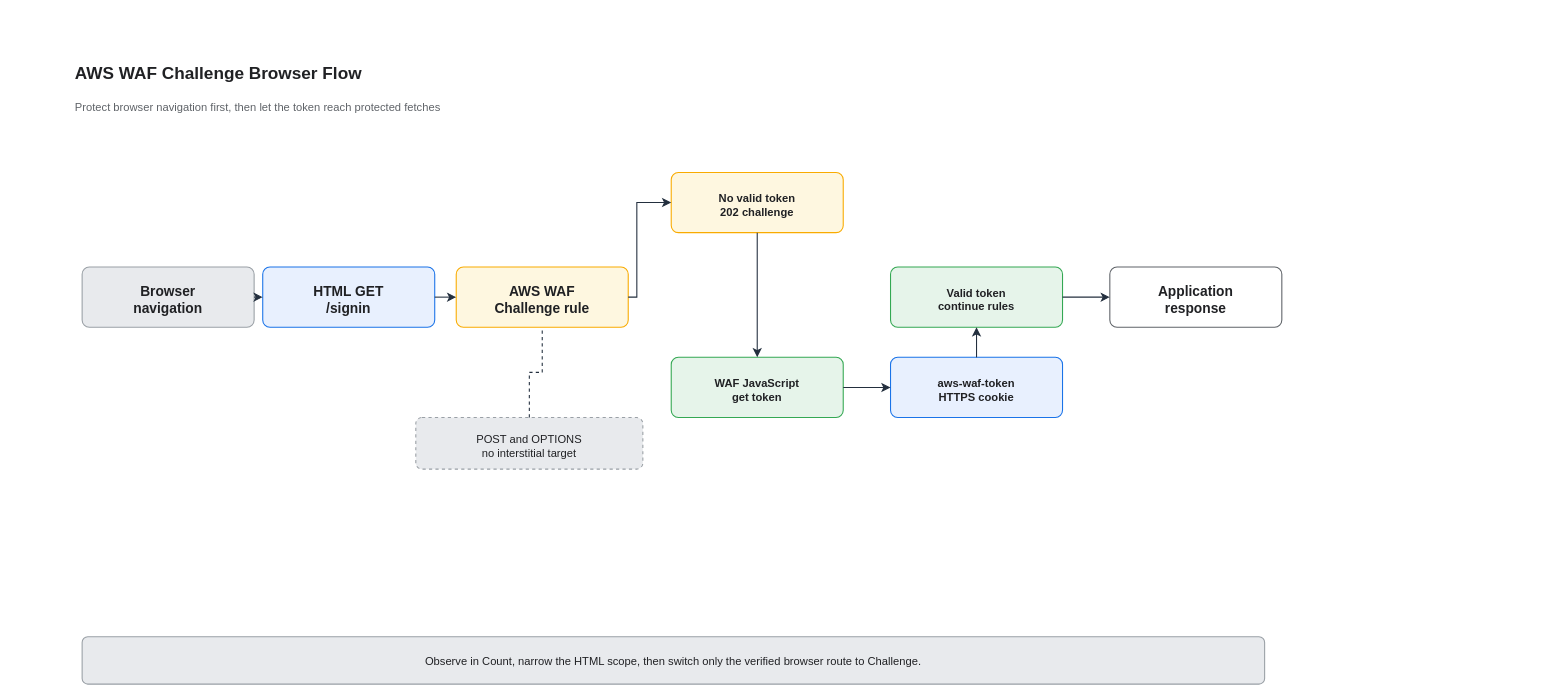
Before: assets/img/aws/aws-waf-challenge-token-flow.drawio in KKamJi98/kkamji98.github.io, a draw.io diagram. Source tidied: cells renumbered, new cells numbered last; positions are measured from the earlier drawing's top-left corner, leaving out a move shared by most shapes. Both pictures are drawn from the tidied source at 86%, with x=0, y=0 at pixel (73, 52).
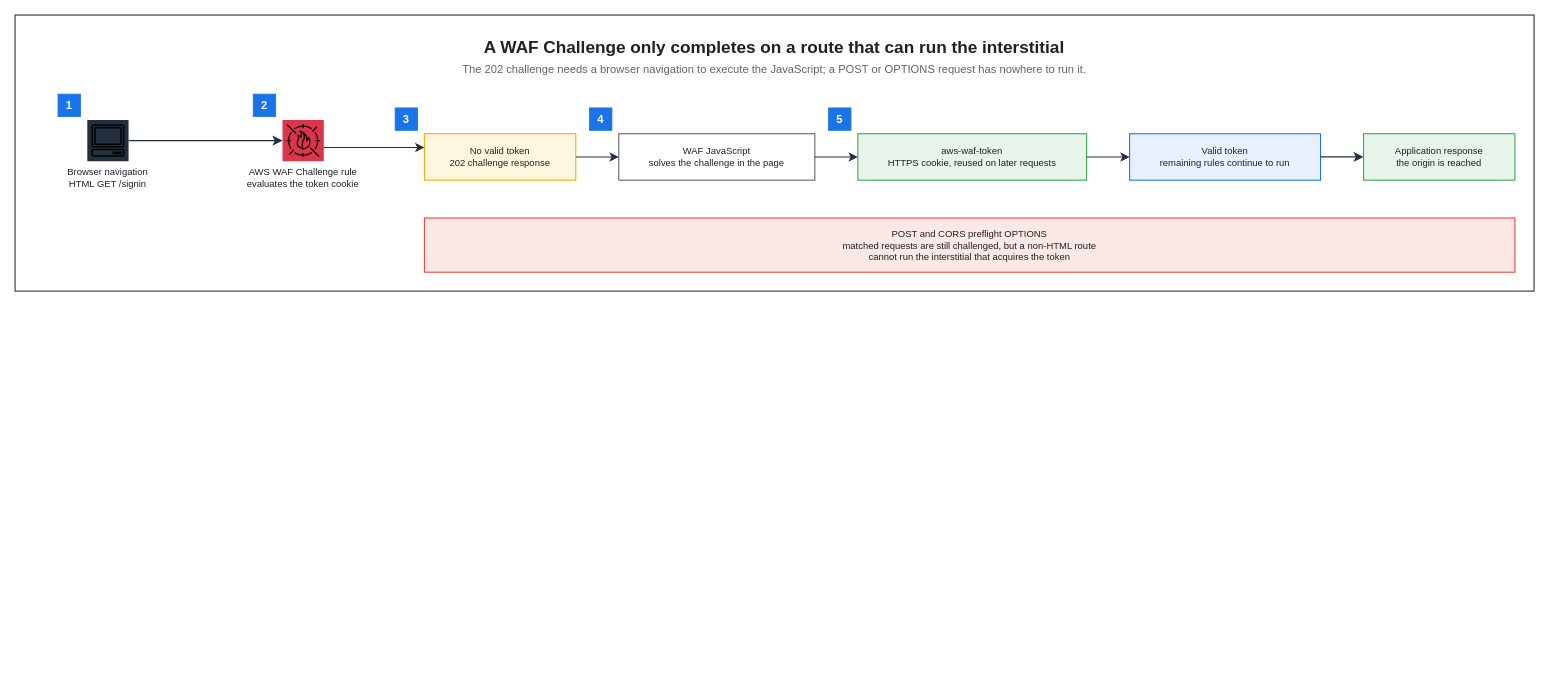
The same diagram, later.

The edit, as a diff of the source:
```diff
@@
+    <mxCell id="22" style="rounded=0;html=0;fillColor=none;strokeColor=#232F3E;fontColor=#202124;strokeWidth=1.25;" parent="1" vertex="1">
+      <mxGeometry x="-68" y="-43" width="1766.3" height="321" as="geometry" />
+    </mxCell>
-    <mxCell id="2" value="AWS WAF Challenge Browser Flow" style="text;html=0;align=left;verticalAlign=middle;fontSize=20;fontStyle=1;fontColor=#202124;" parent="1" vertex="1">
-      <mxGeometry width="790" height="45" as="geometry" />
+    <mxCell id="2" value="A WAF Challenge only completes on a route that can run the interstitial" style="text;html=0;whiteSpace=wrap;fillColor=none;strokeColor=none;fontColor=#202124;fontSize=20;fontStyle=1;align=center;verticalAlign=middle;" parent="1" vertex="1">
+      <mxGeometry x="-46" y="-21" width="1722.3" height="30" as="geometry" />
     </mxCell>
-    <mxCell id="3" value="Protect browser navigation first, then let the token reach protected fetches" style="text;html=0;align=left;verticalAlign=middle;fontSize=13;fontColor=#5f6368;" parent="1" vertex="1">
-      <mxGeometry y="48" width="850" height="30" as="geometry" />
+    <mxCell id="3" value="The 202 challenge needs a browser navigation to execute the JavaScript; a POST or OPTIONS request has nowhere to run it." style="text;html=0;whiteSpace=wrap;fillColor=none;strokeColor=none;fontColor=#5F6368;fontSize=13;fontStyle=0;align=center;verticalAlign=middle;" parent="1" vertex="1">
+      <mxGeometry x="-46" y="9" width="1722.3" height="22" as="geometry" />
     </mxCell>
-    <mxCell id="4" value="Browser&#10;navigation" style="rounded=1;whiteSpace=wrap;html=0;fillColor=#E8EAED;strokeColor=#9AA0A6;fontColor=#202124;fontSize=16;fontStyle=1;arcSize=12;spacingTop=5;strokeWidth=1.25;" parent="1" vertex="1">
-      <mxGeometry x="10" y="250" width="200" height="70" as="geometry" />
+    <mxCell id="4" value="Browser navigation&#10;HTML GET /signin" style="sketch=0;outlineConnect=0;gradientColor=none;html=0;whiteSpace=nowrap;fontSize=11;fontStyle=0;fontColor=#202124;verticalLabelPosition=bottom;verticalAlign=top;align=center;labelBackgroundColor=none;fillColor=#232F3E;strokeColor=none;dashed=0;shape=mxgraph.aws4.resourceIcon;resIcon=mxgraph.aws4.client;" parent="1" vertex="1">
+      <mxGeometry x="16" y="79" width="48" height="48" as="geometry" />
     </mxCell>
-    <mxCell id="5" value="HTML GET&#10;/signin" style="rounded=1;whiteSpace=wrap;html=0;fillColor=#e8f0fe;strokeColor=#1A73E8;fontColor=#202124;fontSize=16;fontStyle=1;arcSize=12;spacingTop=5;strokeWidth=1.25;" parent="1" vertex="1">
-      <mxGeometry x="220" y="250" width="200" height="70" as="geometry" />
-    </mxCell>
-    <mxCell id="6" value="AWS WAF&#10;Challenge rule" style="rounded=1;whiteSpace=wrap;html=0;fillColor=#fef7e0;strokeColor=#F9AB00;fontColor=#202124;fontSize=16;fontStyle=1;arcSize=12;spacingTop=5;strokeWidth=1.25;" parent="1" vertex="1">
-      <mxGeometry x="445" y="250" width="200" height="70" as="geometry" />
+    <mxCell id="6" value="AWS WAF Challenge rule&#10;evaluates the token cookie" style="sketch=0;outlineConnect=0;gradientColor=none;html=0;whiteSpace=nowrap;fontSize=11;fontStyle=0;fontColor=#202124;verticalLabelPosition=bottom;verticalAlign=top;align=center;labelBackgroundColor=none;fillColor=#DD344C;strokeColor=none;dashed=0;shape=mxgraph.aws4.resourceIcon;resIcon=mxgraph.aws4.waf;" parent="1" vertex="1">
+      <mxGeometry x="243" y="79" width="48" height="48" as="geometry" />
     </mxCell>
-    <mxCell id="7" value="No valid token&#10;202 challenge" style="rounded=1;whiteSpace=wrap;html=0;fillColor=#FEF7E0;strokeColor=#F9AB00;fontColor=#202124;fontSize=13;fontStyle=1;arcSize=12;spacingTop=5;strokeWidth=1.25;" parent="1" vertex="1">
-      <mxGeometry x="695" y="140" width="200" height="70" as="geometry" />
+    <mxCell id="7" value="No valid token&#10;202 challenge response" style="rounded=0;whiteSpace=wrap;html=0;fillColor=#FEF7E0;strokeColor=#F9AB00;fontColor=#202124;fontSize=11;fontStyle=0;align=center;verticalAlign=middle;spacingLeft=6;spacingRight=6;strokeWidth=1.25;" parent="1" vertex="1">
+      <mxGeometry x="408" y="95" width="176" height="54" as="geometry" />
     </mxCell>
-    <mxCell id="8" value="WAF JavaScript&#10;get token" style="rounded=1;whiteSpace=wrap;html=0;fillColor=#e6f4ea;strokeColor=#34A853;fontColor=#202124;fontSize=13;fontStyle=1;arcSize=12;spacingTop=5;strokeWidth=1.25;" parent="1" vertex="1">
-      <mxGeometry x="695" y="355" width="200" height="70" as="geometry" />
+    <mxCell id="8" value="WAF JavaScript&#10;solves the challenge in the page" style="rounded=0;whiteSpace=wrap;html=0;fillColor=#FFFFFF;strokeColor=#5F6368;fontColor=#202124;fontSize=11;fontStyle=0;align=center;verticalAlign=middle;spacingLeft=6;spacingRight=6;strokeWidth=1.25;" parent="1" vertex="1">
+      <mxGeometry x="634" y="95" width="228" height="54" as="geometry" />
     </mxCell>
-    <mxCell id="9" value="aws-waf-token&#10;HTTPS cookie" style="rounded=1;whiteSpace=wrap;html=0;fillColor=#e8f0fe;strokeColor=#1A73E8;fontColor=#202124;fontSize=13;fontStyle=1;arcSize=12;spacingTop=5;strokeWidth=1.25;" parent="1" vertex="1">
-      <mxGeometry x="950" y="355" width="200" height="70" as="geometry" />
+    <mxCell id="9" value="aws-waf-token&#10;HTTPS cookie, reused on later requests" style="rounded=0;whiteSpace=wrap;html=0;fillColor=#E6F4EA;strokeColor=#34A853;fontColor=#202124;fontSize=11;fontStyle=0;align=center;verticalAlign=middle;spacingLeft=6;spacingRight=6;strokeWidth=1.25;" parent="1" vertex="1">
+      <mxGeometry x="912" y="95" width="266" height="54" as="geometry" />
     </mxCell>
-    <mxCell id="10" value="Valid token&#10;continue rules" style="rounded=1;whiteSpace=wrap;html=0;fillColor=#e6f4ea;strokeColor=#34A853;fontColor=#202124;fontSize=13;fontStyle=1;arcSize=12;spacingTop=5;strokeWidth=1.25;" parent="1" vertex="1">
-      <mxGeometry x="950" y="250" width="200" height="70" as="geometry" />
+    <mxCell id="10" value="Valid token&#10;remaining rules continue to run" style="rounded=0;whiteSpace=wrap;html=0;fillColor=#E8F0FE;strokeColor=#1A73E8;fontColor=#202124;fontSize=11;fontStyle=0;align=center;verticalAlign=middle;spacingLeft=6;spacingRight=6;strokeWidth=1.25;" parent="1" vertex="1">
+      <mxGeometry x="1228" y="95" width="222" height="54" as="geometry" />
     </mxCell>
-    <mxCell id="11" value="Application&#10;response" style="rounded=1;whiteSpace=wrap;html=0;fillColor=#ffffff;strokeColor=#5F6368;fontColor=#202124;fontSize=16;fontStyle=1;arcSize=12;spacingTop=5;strokeWidth=1.25;" parent="1" vertex="1">
-      <mxGeometry x="1205" y="250" width="200" height="70" as="geometry" />
+    <mxCell id="11" value="Application response&#10;the origin is reached" style="rounded=0;whiteSpace=wrap;html=0;fillColor=#E6F4EA;strokeColor=#34A853;fontColor=#202124;fontSize=11;fontStyle=0;align=center;verticalAlign=middle;spacingLeft=6;spacingRight=6;strokeWidth=1.25;" parent="1" vertex="1">
+      <mxGeometry x="1500" y="95" width="176" height="54" as="geometry" />
     </mxCell>
-    <mxCell id="12" value="POST and OPTIONS&#10;no interstitial target" style="rounded=1;whiteSpace=wrap;html=0;fillColor=#E8EAED;strokeColor=#9AA0A6;fontColor=#202124;fontSize=13;dashed=1;arcSize=12;spacingTop=5;strokeWidth=1.25;" parent="1" vertex="1">
-      <mxGeometry x="398" y="425" width="264" height="60" as="geometry" />
+    <mxCell id="12" value="POST and CORS preflight OPTIONS&#10;matched requests are still challenged, but a non-HTML route&#10;cannot run the interstitial that acquires the token" style="rounded=0;whiteSpace=wrap;html=0;fillColor=#FCE8E6;strokeColor=#EA4335;fontColor=#202124;fontSize=11;fontStyle=0;align=center;verticalAlign=middle;spacingLeft=6;spacingRight=6;strokeWidth=1.25;" parent="1" vertex="1">
+      <mxGeometry x="408" y="193" width="1268" height="63" as="geometry" />
     </mxCell>
-    <mxCell id="13" value="Observe in Count, narrow the HTML scope, then switch only the verified browser route to Challenge." style="rounded=1;whiteSpace=wrap;html=0;fillColor=#E8EAED;strokeColor=#9AA0A6;fontColor=#202124;fontSize=13;arcSize=12;strokeWidth=1.25;" parent="1" vertex="1">
-      <mxGeometry x="10" y="680" width="1375" height="55" as="geometry" />
-    </mxCell>
-    <mxCell id="14" style="edgeStyle=orthogonalEdgeStyle;rounded=0;jettySize=auto;html=0;endArrow=classic;endFill=1;endSize=7;strokeWidth=1.25;strokeColor=#232F3E;fontColor=#202124;fontSize=11;labelBackgroundColor=none;exitX=1;exitY=0.5;exitDx=0;exitDy=0;entryX=0;entryY=0.5;entryDx=0;entryDy=0;" parent="1" edge="1" source="4" target="5">
-      <mxGeometry relative="1" as="geometry" />
-    </mxCell>
-    <mxCell id="15" style="edgeStyle=orthogonalEdgeStyle;rounded=0;jettySize=auto;html=0;endArrow=classic;endFill=1;endSize=7;strokeWidth=1.25;strokeColor=#232F3E;fontColor=#202124;fontSize=11;labelBackgroundColor=none;exitX=1;exitY=0.5;exitDx=0;exitDy=0;entryX=0;entryY=0.5;entryDx=0;entryDy=0;" parent="1" edge="1" source="5" target="6">
-      <mxGeometry relative="1" as="geometry" />
-    </mxCell>
+    <mxCell id="23" value="1" style="rounded=0;whiteSpace=wrap;html=0;fillColor=#1A73E8;strokeColor=#1A73E8;fontColor=#FFFFFF;fontSize=13;fontStyle=1;align=center;verticalAlign=middle;" parent="1" vertex="1">
+      <mxGeometry x="-18" y="49" width="26" height="26" as="geometry" />
+    </mxCell>
+    <mxCell id="24" value="2" style="rounded=0;whiteSpace=wrap;html=0;fillColor=#1A73E8;strokeColor=#1A73E8;fontColor=#FFFFFF;fontSize=13;fontStyle=1;align=center;verticalAlign=middle;" parent="1" vertex="1">
+      <mxGeometry x="209" y="49" width="26" height="26" as="geometry" />
+    </mxCell>
+    <mxCell id="25" value="3" style="rounded=0;whiteSpace=wrap;html=0;fillColor=#1A73E8;strokeColor=#1A73E8;fontColor=#FFFFFF;fontSize=13;fontStyle=1;align=center;verticalAlign=middle;" parent="1" vertex="1">
+      <mxGeometry x="374" y="65" width="26" height="26" as="geometry" />
+    </mxCell>
+    <mxCell id="26" value="4" style="rounded=0;whiteSpace=wrap;html=0;fillColor=#1A73E8;strokeColor=#1A73E8;fontColor=#FFFFFF;fontSize=13;fontStyle=1;align=center;verticalAlign=middle;" parent="1" vertex="1">
+      <mxGeometry x="600" y="65" width="26" height="26" as="geometry" />
+    </mxCell>
+    <mxCell id="27" value="5" style="rounded=0;whiteSpace=wrap;html=0;fillColor=#1A73E8;strokeColor=#1A73E8;fontColor=#FFFFFF;fontSize=13;fontStyle=1;align=center;verticalAlign=middle;" parent="1" vertex="1">
+      <mxGeometry x="878" y="65" width="26" height="26" as="geometry" />
+    </mxCell>
+    <mxCell id="28" style="edgeStyle=orthogonalEdgeStyle;rounded=0;html=0;strokeColor=#232F3E;strokeWidth=1.5;endArrow=classic;endFill=1;endSize=7;fontSize=11;fontColor=#202124;labelBackgroundColor=none;jettySize=14;exitX=1;exitY=0.5;entryX=0;entryY=0.5;exitDx=0;exitDy=0;entryDx=0;entryDy=0;" parent="1" edge="1" source="4" target="6">
+      <mxGeometry relative="1" as="geometry" />
+    </mxCell>
-    <mxCell id="16" style="edgeStyle=orthogonalEdgeStyle;rounded=0;jettySize=auto;html=0;endArrow=classic;endFill=1;endSize=7;strokeWidth=1.25;strokeColor=#232F3E;fontColor=#202124;fontSize=11;labelBackgroundColor=none;exitX=1;exitY=0.5;exitDx=0;exitDy=0;entryX=0;entryY=0.5;entryDx=0;entryDy=0;" parent="1" edge="1" source="6" target="7">
-      <mxGeometry relative="1" as="geometry">
-        <Array as="points">
-          <mxPoint x="655" y="285" />
-          <mxPoint x="655" y="175" />
-        </Array>
-      </mxGeometry>
+    <mxCell id="16" style="edgeStyle=orthogonalEdgeStyle;rounded=0;html=0;strokeColor=#232F3E;strokeWidth=1.25;endArrow=classic;endFill=1;endSize=7;fontSize=11;fontColor=#202124;labelBackgroundColor=none;jettySize=14;exitX=1;exitY=0.6667;entryX=0;entryY=0.2963;exitDx=0;exitDy=0;entryDx=0;entryDy=0;" parent="1" edge="1" source="6" target="7">
+      <mxGeometry relative="1" as="geometry" />
     </mxCell>
-    <mxCell id="17" style="edgeStyle=orthogonalEdgeStyle;rounded=0;jettySize=auto;html=0;endArrow=classic;endFill=1;endSize=7;strokeWidth=1.25;strokeColor=#232F3E;fontColor=#202124;fontSize=11;labelBackgroundColor=none;exitX=0.5;exitY=1;exitDx=0;exitDy=0;entryX=0.5;entryY=0;entryDx=0;entryDy=0;" parent="1" edge="1" source="7" target="8">
+    <mxCell id="17" style="edgeStyle=orthogonalEdgeStyle;rounded=0;html=0;strokeColor=#232F3E;strokeWidth=1.25;endArrow=classic;endFill=1;endSize=7;fontSize=11;fontColor=#202124;labelBackgroundColor=none;jettySize=14;exitX=1;exitY=0.5;entryX=0;entryY=0.5;exitDx=0;exitDy=0;entryDx=0;entryDy=0;" parent="1" edge="1" source="7" target="8">
       <mxGeometry relative="1" as="geometry" />
     </mxCell>
-    <mxCell id="18" style="edgeStyle=orthogonalEdgeStyle;rounded=0;jettySize=auto;html=0;endArrow=classic;endFill=1;endSize=7;strokeWidth=1.25;strokeColor=#232F3E;fontColor=#202124;fontSize=11;labelBackgroundColor=none;exitX=1;exitY=0.5;exitDx=0;exitDy=0;entryX=0;entryY=0.5;entryDx=0;entryDy=0;" parent="1" edge="1" source="8" target="9">
+    <mxCell id="18" style="edgeStyle=orthogonalEdgeStyle;rounded=0;html=0;strokeColor=#232F3E;strokeWidth=1.25;endArrow=classic;endFill=1;endSize=7;fontSize=11;fontColor=#202124;labelBackgroundColor=none;jettySize=14;exitX=1;exitY=0.5;entryX=0;entryY=0.5;exitDx=0;exitDy=0;entryDx=0;entryDy=0;" parent="1" edge="1" source="8" target="9">
       <mxGeometry relative="1" as="geometry" />
     </mxCell>
+    <mxCell id="20" style="edgeStyle=orthogonalEdgeStyle;rounded=0;html=0;strokeColor=#232F3E;strokeWidth=1.5;endArrow=classic;endFill=1;endSize=7;fontSize=11;fontColor=#202124;labelBackgroundColor=none;jettySize=14;exitX=1;exitY=0.5;entryX=0;entryY=0.5;exitDx=0;exitDy=0;entryDx=0;entryDy=0;" parent="1" edge="1" source="10" target="11">
+      <mxGeometry relative="1" as="geometry" />
+    </mxCell>
-    <mxCell id="19" style="edgeStyle=orthogonalEdgeStyle;rounded=0;jettySize=auto;html=0;endArrow=classic;endFill=1;endSize=7;strokeWidth=1.25;strokeColor=#232F3E;fontColor=#202124;fontSize=11;labelBackgroundColor=none;exitX=0.5;exitY=0;exitDx=0;exitDy=0;entryX=0.5;entryY=1;entryDx=0;entryDy=0;" parent="1" edge="1" source="9" target="10">
+    <mxCell id="19" style="edgeStyle=orthogonalEdgeStyle;rounded=0;html=0;strokeColor=#232F3E;strokeWidth=1.25;endArrow=classic;endFill=1;endSize=7;fontSize=11;fontColor=#202124;labelBackgroundColor=none;jettySize=14;exitX=1;exitY=0.5;entryX=0;entryY=0.5;exitDx=0;exitDy=0;entryDx=0;entryDy=0;" parent="1" edge="1" source="9" target="10">
       <mxGeometry relative="1" as="geometry" />
     </mxCell>
-    <mxCell id="20" style="edgeStyle=orthogonalEdgeStyle;rounded=0;jettySize=auto;html=0;endArrow=classic;endFill=1;endSize=7;strokeWidth=1.25;strokeColor=#232F3E;fontColor=#202124;fontSize=11;labelBackgroundColor=none;exitX=1;exitY=0.5;exitDx=0;exitDy=0;entryX=0;entryY=0.5;entryDx=0;entryDy=0;" parent="1" edge="1" source="10" target="11">
-      <mxGeometry relative="1" as="geometry" />
-    </mxCell>
-    <mxCell id="21" style="edgeStyle=orthogonalEdgeStyle;rounded=0;jettySize=auto;html=0;dashed=1;endArrow=none;strokeWidth=1.25;strokeColor=#232F3E;fontColor=#202124;fontSize=11;labelBackgroundColor=none;exitX=0.5;exitY=0;exitDx=0;exitDy=0;entryX=0.5;entryY=1;entryDx=0;entryDy=0;" parent="1" edge="1" source="12" target="6">
-      <mxGeometry relative="1" as="geometry" />
-    </mxCell>
```
